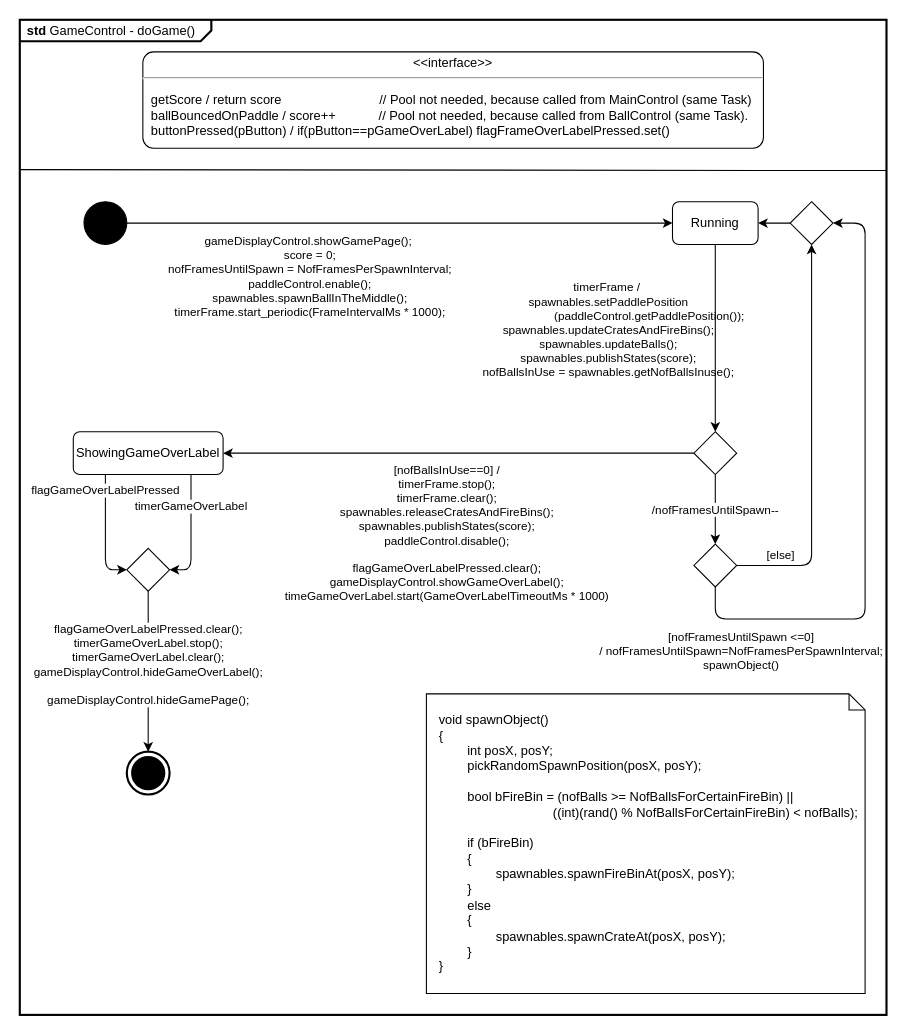
The draw.io diagram page "STD-GameControl" (6 of 19) of apps/pong_super/models/pong_dg_adv.drawio in nepbuur1/test_lasergame_2_rework_CleanGUI_godmode, before the edit. Source tidied: cells renumbered, new cells numbered last; positions are measured from the earlier drawing's top-left corner, leaving out a move shared by most shapes. Both pictures are drawn from the tidied source at 107%, with x=0, y=0 at pixel (19, 19).
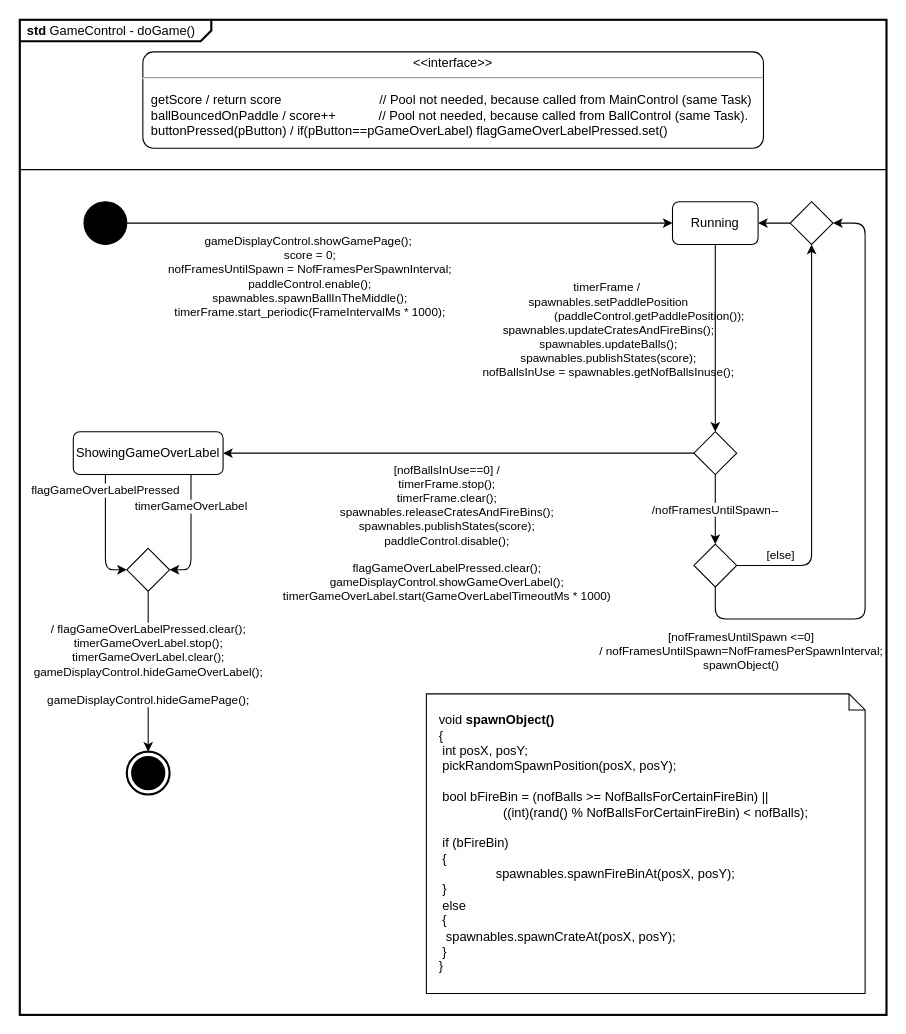
The same page after the edit.

The change refers to these unchanged cells:
```xml
<mxCell id="11" style="rhombus;whiteSpace=wrap;html=1;" parent="1" vertex="1">
  <mxGeometry x="630" y="385" width="40" height="40" as="geometry" />
</mxCell>
<mxCell id="18" style="html=1;shape=mxgraph.sysml.actFinal;strokeWidth=2;verticalLabelPosition=bottom;verticalAlignment=top;" parent="1" vertex="1">
  <mxGeometry x="100" y="684" width="40" height="40" as="geometry" />
</mxCell>
<mxCell id="20" value="ShowingGameOverLabel" style="rounded=1;whiteSpace=wrap;html=1;" parent="1" vertex="1">
  <mxGeometry x="50" y="385" width="140" height="40" as="geometry" />
</mxCell>
<mxCell id="22" style="rhombus;whiteSpace=wrap;html=1;" parent="1" vertex="1">
  <mxGeometry x="100" y="494" width="40" height="40" as="geometry" />
</mxCell>
```

What changed in the source:
```diff
@@
-    <mxCell id="7" style="endArrow=none;html=1;rounded=1;" parent="1" edge="1">
-      <mxGeometry relative="1" as="geometry">
-        <mxPoint y="140" as="sourcePoint" />
-        <mxPoint x="810" y="140.9" as="targetPoint" />
-      </mxGeometry>
-    </mxCell>
-    <mxCell id="8" value="&lt;p style=&quot;margin: 0px ; margin-top: 4px ; text-align: center&quot;&gt;&amp;lt;&amp;lt;interface&amp;gt;&amp;gt;&lt;/p&gt;&lt;hr&gt;&lt;p&gt;&lt;/p&gt;&lt;p style=&quot;margin: 0px ; margin-left: 8px ; text-align: left&quot;&gt;getScore / return score&amp;nbsp; &amp;nbsp; &amp;nbsp; &amp;nbsp; &amp;nbsp; &amp;nbsp; &amp;nbsp; &amp;nbsp;&lt;span style=&quot;white-space: pre;&quot;&gt;&#9;&lt;/span&gt;&lt;span style=&quot;white-space: pre;&quot;&gt;&#9;&lt;/span&gt;// Pool not needed, because called from MainControl (same Task)&lt;/p&gt;&lt;p style=&quot;margin: 0px ; margin-left: 8px ; text-align: left&quot;&gt;ballBouncedOnPaddle / score++&amp;nbsp; &amp;nbsp; &amp;nbsp; &amp;nbsp; &amp;nbsp; &amp;nbsp; // Pool not needed, because called from BallControl (same Task).&lt;br&gt;&lt;/p&gt;&lt;p style=&quot;margin: 0px ; margin-left: 8px ; text-align: left&quot;&gt;buttonPressed(pButton) / if(pButton==pGameOverLabel) flagFrameOverLabelPressed.set()&lt;/p&gt;" style="shape=mxgraph.sysml.simpleState;html=1;overflow=fill;whiteSpace=wrap;align=center;" parent="1" vertex="1">
+    <mxCell id="8" value="&lt;p style=&quot;margin: 0px ; margin-top: 4px ; text-align: center&quot;&gt;&amp;lt;&amp;lt;interface&amp;gt;&amp;gt;&lt;/p&gt;&lt;hr&gt;&lt;p&gt;&lt;/p&gt;&lt;p style=&quot;margin: 0px ; margin-left: 8px ; text-align: left&quot;&gt;getScore / return score&amp;nbsp; &amp;nbsp; &amp;nbsp; &amp;nbsp; &amp;nbsp; &amp;nbsp; &amp;nbsp; &amp;nbsp;&lt;span style=&quot;white-space: pre;&quot;&gt;&#9;&lt;/span&gt;&lt;span style=&quot;white-space: pre;&quot;&gt;&#9;&lt;/span&gt;// Pool not needed, because called from MainControl (same Task)&lt;/p&gt;&lt;p style=&quot;margin: 0px ; margin-left: 8px ; text-align: left&quot;&gt;ballBouncedOnPaddle / score++&amp;nbsp; &amp;nbsp; &amp;nbsp; &amp;nbsp; &amp;nbsp; &amp;nbsp; // Pool not needed, because called from BallControl (same Task).&lt;br&gt;&lt;/p&gt;&lt;p style=&quot;margin: 0px ; margin-left: 8px ; text-align: left&quot;&gt;buttonPressed(pButton) / if(pButton==pGameOverLabel) flagGameOverLabelPressed.set()&lt;/p&gt;" style="shape=mxgraph.sysml.simpleState;html=1;overflow=fill;whiteSpace=wrap;align=center;" parent="1" vertex="1">
       <mxGeometry x="115" y="30" width="580" height="90" as="geometry" />
     </mxCell>
-    <mxCell id="9" value="[nofBallsInUse==0] /&lt;br&gt;&lt;div&gt;timerFrame.stop();&lt;/div&gt;&lt;div&gt;timerFrame.clear();&lt;/div&gt;&lt;div&gt;spawnables.releaseCratesAndFireBins();&lt;br&gt;spawnables.publishStates(score);&lt;/div&gt;&lt;div&gt;paddleControl.disable();&lt;/div&gt;&lt;div&gt;&lt;br&gt;&lt;/div&gt;&lt;div&gt;&lt;div&gt;flagGameOverLabelPressed.clear();&lt;/div&gt;&lt;div&gt;gameDisplayControl.showGameOverLabel();&lt;br&gt;timeGameOverLabel.start(GameOverLabelTimeoutMs * 1000)&lt;/div&gt;&lt;/div&gt;" style="edgeStyle=orthogonalEdgeStyle;rounded=1;jettySize=auto;html=1;curved=0;" parent="1" edge="1" source="11" target="20">
+    <mxCell id="9" value="[nofBallsInUse==0] /&lt;br&gt;&lt;div&gt;timerFrame.stop();&lt;/div&gt;&lt;div&gt;timerFrame.clear();&lt;/div&gt;&lt;div&gt;spawnables.releaseCratesAndFireBins();&lt;br&gt;spawnables.publishStates(score);&lt;/div&gt;&lt;div&gt;paddleControl.disable();&lt;/div&gt;&lt;div&gt;&lt;br&gt;&lt;/div&gt;&lt;div&gt;&lt;div&gt;flagGameOverLabelPressed.clear();&lt;/div&gt;&lt;div&gt;gameDisplayControl.showGameOverLabel();&lt;br&gt;timerGameOverLabel.start(GameOverLabelTimeoutMs * 1000)&lt;/div&gt;&lt;/div&gt;" style="edgeStyle=orthogonalEdgeStyle;rounded=1;jettySize=auto;html=1;curved=0;" parent="1" edge="1" source="11" target="20">
       <mxGeometry x="0.05" y="75" relative="1" as="geometry" />
     </mxCell>
@@
-    <mxCell id="17" value="&lt;div&gt;void spawnObject()&lt;/div&gt;&lt;div&gt;&lt;span style=&quot;white-space: normal;&quot;&gt;{&lt;/span&gt;&lt;/div&gt;&lt;div&gt;&lt;span style=&quot;white-space: normal;&quot;&gt;&lt;span style=&quot;white-space: pre;&quot;&gt;&#9;&lt;/span&gt;int posX, posY;&lt;/span&gt;&lt;/div&gt;&lt;div&gt;&lt;span style=&quot;white-space: normal;&quot;&gt;&lt;span style=&quot;white-space:pre&quot;&gt;&#9;&lt;/span&gt;pickRandomSpawnPosition(posX, posY);&lt;/span&gt;&lt;/div&gt;&lt;div&gt;&lt;br&gt;&lt;/div&gt;&lt;div&gt;&lt;span style=&quot;white-space: normal;&quot;&gt;&lt;span style=&quot;white-space:pre&quot;&gt;&#9;&lt;/span&gt;bool bFireBin = (nofBalls &amp;gt;= NofBallsForCertainFireBin) ||&lt;/span&gt;&lt;/div&gt;&lt;div&gt;&lt;span style=&quot;white-space: normal;&quot;&gt;&lt;span style=&quot;white-space:pre&quot;&gt;&#9;&#9;&lt;/span&gt;&amp;nbsp; &amp;nbsp; &amp;nbsp; &amp;nbsp; &amp;nbsp; &amp;nbsp; &amp;nbsp; &amp;nbsp; ((int)(rand() % NofBallsForCertainFireBin) &amp;lt; nofBalls);&lt;/span&gt;&lt;/div&gt;&lt;div&gt;&lt;br&gt;&lt;/div&gt;&lt;div&gt;&lt;span style=&quot;white-space: normal;&quot;&gt;&lt;span style=&quot;white-space:pre&quot;&gt;&#9;&lt;/span&gt;if (bFireBin)&lt;/span&gt;&lt;/div&gt;&lt;div&gt;&lt;span style=&quot;white-space: normal;&quot;&gt;&lt;span style=&quot;white-space:pre&quot;&gt;&#9;&lt;/span&gt;{&lt;/span&gt;&lt;/div&gt;&lt;div&gt;&lt;span style=&quot;white-space: normal;&quot;&gt;&amp;nbsp; &amp;nbsp; &amp;nbsp; &amp;nbsp; &amp;nbsp; &amp;nbsp; &amp;nbsp; &amp;nbsp; spawnables.spawnFireBinAt(posX, posY);&lt;/span&gt;&lt;/div&gt;&lt;div&gt;&lt;span style=&quot;white-space: normal;&quot;&gt;&lt;span style=&quot;white-space:pre&quot;&gt;&#9;&lt;/span&gt;}&lt;/span&gt;&lt;/div&gt;&lt;div&gt;&lt;span style=&quot;white-space: normal;&quot;&gt;&lt;span style=&quot;white-space:pre&quot;&gt;&#9;&lt;/span&gt;else&lt;/span&gt;&lt;/div&gt;&lt;div&gt;&lt;span style=&quot;white-space: normal;&quot;&gt;&lt;span style=&quot;white-space:pre&quot;&gt;&#9;&lt;/span&gt;{&lt;/span&gt;&lt;/div&gt;&lt;div&gt;&lt;span style=&quot;white-space: normal;&quot;&gt;&lt;span style=&quot;white-space:pre&quot;&gt;&#9;&#9;&lt;/span&gt;spawnables.spawnCrateAt(posX, posY);&lt;/span&gt;&lt;/div&gt;&lt;div&gt;&lt;span style=&quot;background-color: transparent; color: light-dark(rgb(0, 0, 0), rgb(255, 255, 255));&quot;&gt;&lt;span style=&quot;white-space: pre;&quot;&gt;&#9;&lt;/span&gt;}&lt;br&gt;}&lt;/span&gt;&lt;/div&gt;" style="shape=note;size=15;align=left;spacingLeft=10;html=1;whiteSpace=wrap;" parent="1" vertex="1">
+    <mxCell id="17" value="&lt;div&gt;void &lt;b&gt;spawnObject()&lt;/b&gt;&lt;/div&gt;&lt;div&gt;&lt;span style=&quot;white-space: normal;&quot;&gt;{&lt;/span&gt;&lt;/div&gt;&lt;div&gt;&lt;span style=&quot;white-space: normal;&quot;&gt;&lt;span style=&quot;white-space: pre;&quot;&gt; &lt;/span&gt;int posX, posY;&lt;/span&gt;&lt;/div&gt;&lt;div&gt;&lt;span style=&quot;white-space: normal;&quot;&gt;&lt;span style=&quot;white-space:pre&quot;&gt; &lt;/span&gt;pickRandomSpawnPosition(posX, posY);&lt;/span&gt;&lt;/div&gt;&lt;div&gt;&lt;br&gt;&lt;/div&gt;&lt;div&gt;&lt;span style=&quot;white-space: normal;&quot;&gt;&lt;span style=&quot;white-space:pre&quot;&gt; &lt;/span&gt;bool bFireBin = (nofBalls &amp;gt;= NofBallsForCertainFireBin) ||&lt;/span&gt;&lt;/div&gt;&lt;div&gt;&lt;span style=&quot;white-space: normal;&quot;&gt;&lt;span style=&quot;white-space:pre&quot;&gt;  &lt;/span&gt;&amp;nbsp; &amp;nbsp; &amp;nbsp; &amp;nbsp; &amp;nbsp; &amp;nbsp; &amp;nbsp; &amp;nbsp; ((int)(rand() % NofBallsForCertainFireBin) &amp;lt; nofBalls);&lt;/span&gt;&lt;/div&gt;&lt;div&gt;&lt;br&gt;&lt;/div&gt;&lt;div&gt;&lt;span style=&quot;white-space: normal;&quot;&gt;&lt;span style=&quot;white-space:pre&quot;&gt; &lt;/span&gt;if (bFireBin)&lt;/span&gt;&lt;/div&gt;&lt;div&gt;&lt;span style=&quot;white-space: normal;&quot;&gt;&lt;span style=&quot;white-space:pre&quot;&gt; &lt;/span&gt;{&lt;/span&gt;&lt;/div&gt;&lt;div&gt;&lt;span style=&quot;white-space: normal;&quot;&gt;&amp;nbsp; &amp;nbsp; &amp;nbsp; &amp;nbsp; &amp;nbsp; &amp;nbsp; &amp;nbsp; &amp;nbsp; spawnables.spawnFireBinAt(posX, posY);&lt;/span&gt;&lt;/div&gt;&lt;div&gt;&lt;span style=&quot;white-space: normal;&quot;&gt;&lt;span style=&quot;white-space:pre&quot;&gt; &lt;/span&gt;}&lt;/span&gt;&lt;/div&gt;&lt;div&gt;&lt;span style=&quot;white-space: normal;&quot;&gt;&lt;span style=&quot;white-space:pre&quot;&gt; &lt;/span&gt;else&lt;/span&gt;&lt;/div&gt;&lt;div&gt;&lt;span style=&quot;white-space: normal;&quot;&gt;&lt;span style=&quot;white-space:pre&quot;&gt; &lt;/span&gt;{&lt;/span&gt;&lt;/div&gt;&lt;div&gt;&lt;span style=&quot;white-space: normal;&quot;&gt;&lt;span style=&quot;white-space:pre&quot;&gt;  &lt;/span&gt;spawnables.spawnCrateAt(posX, posY);&lt;/span&gt;&lt;/div&gt;&lt;div&gt;&lt;span style=&quot;background-color: transparent; color: light-dark(rgb(0, 0, 0), rgb(255, 255, 255));&quot;&gt;&lt;span style=&quot;white-space: pre;&quot;&gt; &lt;/span&gt;}&lt;br&gt;}&lt;/span&gt;&lt;/div&gt;" style="shape=note;size=15;align=left;spacingLeft=10;html=1;whiteSpace=wrap;" parent="1" vertex="1">
       <mxGeometry x="380" y="630" width="410" height="280" as="geometry" />
     </mxCell>
@@
-    <mxCell id="21" value="&lt;div&gt;flagGameOverLabelPressed.clear();&lt;/div&gt;&lt;div&gt;timerGameOverLabel.stop();&lt;/div&gt;&lt;div&gt;timerGameOverLabel.clear();&lt;/div&gt;&lt;div&gt;gameDisplayControl.hideGameOverLabel();&lt;br&gt;&lt;/div&gt;&lt;div&gt;&lt;div&gt;&lt;br&gt;&lt;/div&gt;&lt;div&gt;gameDisplayControl.hideGamePage();&lt;/div&gt;&lt;/div&gt;" style="edgeStyle=orthogonalEdgeStyle;rounded=0;jettySize=auto;html=1;strokeColor=light-dark(#000000,transparent);labelBackgroundColor=default;" parent="1" edge="1" source="22" target="18">
+    <mxCell id="21" value="&lt;div&gt;/ flagGameOverLabelPressed.clear();&lt;/div&gt;&lt;div&gt;timerGameOverLabel.stop();&lt;/div&gt;&lt;div&gt;timerGameOverLabel.clear();&lt;/div&gt;&lt;div&gt;gameDisplayControl.hideGameOverLabel();&lt;br&gt;&lt;/div&gt;&lt;div&gt;&lt;div&gt;&lt;br&gt;&lt;/div&gt;&lt;div&gt;gameDisplayControl.hideGamePage();&lt;/div&gt;&lt;/div&gt;" style="edgeStyle=orthogonalEdgeStyle;rounded=0;jettySize=auto;html=1;labelBackgroundColor=default;" parent="1" edge="1" source="22" target="18">
       <mxGeometry x="-0.08" relative="1" as="geometry" />
     </mxCell>
@@
+    <mxCell id="24" style="line;strokeWidth=1;fillColor=none;align=left;verticalAlign=middle;spacingTop=-1;spacingLeft=3;spacingRight=3;labelPosition=right;" parent="1" vertex="1">
+      <mxGeometry y="136" width="810" height="8" as="geometry" />
+    </mxCell>
```
